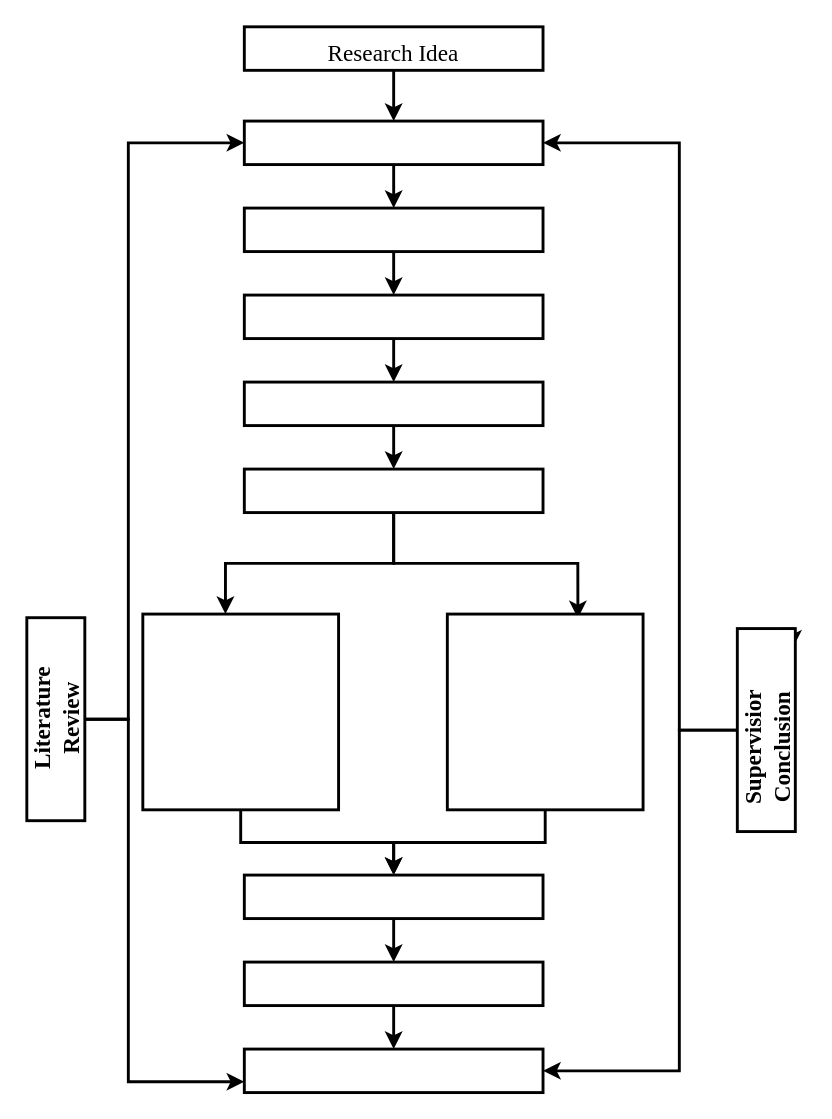
shivraaj98/eee keeps this draw.io diagram as Untitled Diagram.drawio. Above is the earlier version. Source tidied: cells renumbered, new cells numbered last; positions are measured from the earlier drawing's top-left corner, leaving out a move shared by most shapes. Both pictures are drawn from the tidied source at 145%, with x=0, y=0 at pixel (-14, 26).
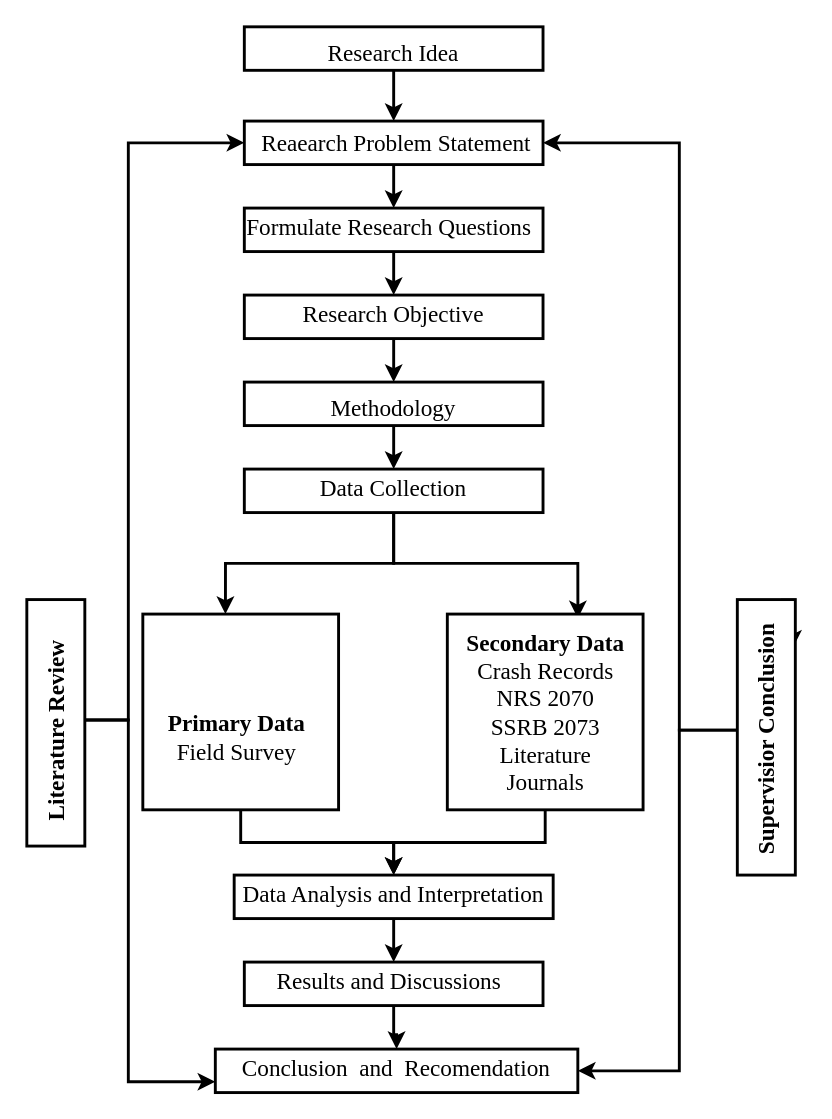
The same diagram, later.

Change to the diagram source:
```diff
@@
     <mxCell id="4" style="rounded=0;whiteSpace=wrap;html=1;strokeWidth=2;" parent="1" vertex="1">
-      <mxGeometry x="178" y="705" width="206" height="30" as="geometry" />
+      <mxGeometry x="158" y="705" width="250" height="30" as="geometry" />
     </mxCell>
@@
     <mxCell id="18" style="rounded=0;whiteSpace=wrap;html=1;strokeWidth=2;" parent="1" vertex="1">
-      <mxGeometry x="178" y="585" width="206" height="30" as="geometry" />
+      <mxGeometry x="171" y="585" width="220" height="30" as="geometry" />
     </mxCell>
@@
     <mxCell id="26" style="rounded=0;whiteSpace=wrap;html=1;strokeWidth=2;" parent="1" vertex="1">
-      <mxGeometry x="28" y="407.5" width="40" height="140" as="geometry" />
+      <mxGeometry x="28" y="395" width="40" height="170" as="geometry" />
     </mxCell>
@@
     <mxCell id="30" style="rounded=0;whiteSpace=wrap;html=1;strokeWidth=2;fontFamily=Times New Roman;" parent="1" vertex="1">
-      <mxGeometry x="518" y="415" width="40" height="140" as="geometry" />
+      <mxGeometry x="518" y="395" width="40" height="190" as="geometry" />
     </mxCell>
     <mxCell id="31" value="&lt;font style=&quot;font-size: 16px;&quot;&gt;&lt;b&gt;Literature Review&lt;/b&gt;&lt;/font&gt;" style="text;html=1;align=center;verticalAlign=middle;whiteSpace=wrap;rounded=0;fontFamily=Times New Roman;rotation=-90;" parent="1" vertex="1">
-      <mxGeometry x="0.5" y="462.5" width="95" height="30" as="geometry" />
+      <mxGeometry x="-23.9" y="470.6" width="143.8" height="30" as="geometry" />
     </mxCell>
     <mxCell id="32" value="&lt;font style=&quot;font-size: 16px;&quot;&gt;&lt;b&gt;Supervisior Conclusion&lt;/b&gt;&lt;/font&gt;" style="text;html=1;align=center;verticalAlign=middle;whiteSpace=wrap;rounded=0;fontFamily=Times New Roman;rotation=-90;" parent="1" vertex="1">
-      <mxGeometry x="490.5" y="485" width="95" height="25" as="geometry" />
+      <mxGeometry x="453.6" y="479.4" width="168.8" height="25" as="geometry" />
     </mxCell>
@@
+    <mxCell id="34" value="&lt;b&gt;Secondary Data&lt;/b&gt;&lt;div&gt;Crash Records NRS 2070&lt;/div&gt;&lt;div&gt;SSRB 2073&lt;/div&gt;&lt;div&gt;Literature Journals&lt;/div&gt;" style="text;html=1;align=center;verticalAlign=middle;whiteSpace=wrap;rounded=0;fontFamily=Times New Roman;fontSize=16;" parent="1" vertex="1">
+      <mxGeometry x="325.5" y="412.5" width="120" height="120" as="geometry" />
+    </mxCell>
+    <mxCell id="35" value="&lt;b&gt;Primary Data&lt;/b&gt;&lt;div&gt;Field Survey&lt;/div&gt;" style="text;html=1;align=center;verticalAlign=middle;whiteSpace=wrap;rounded=0;fontFamily=Times New Roman;fontSize=16;" parent="1" vertex="1">
+      <mxGeometry x="118" y="455" width="110" height="70" as="geometry" />
+    </mxCell>
+    <mxCell id="36" value="Data Collection" style="text;html=1;align=center;verticalAlign=middle;whiteSpace=wrap;rounded=0;fontFamily=Times New Roman;fontSize=16;" parent="1" vertex="1">
+      <mxGeometry x="211" y="305" width="140" height="25" as="geometry" />
+    </mxCell>
+    <mxCell id="37" value="Methodology" style="text;html=1;align=center;verticalAlign=middle;whiteSpace=wrap;rounded=0;fontFamily=Times New Roman;fontSize=16;" parent="1" vertex="1">
+      <mxGeometry x="211" y="250" width="140" height="25" as="geometry" />
+    </mxCell>
+    <mxCell id="38" value="Reaearch Problem Statement" style="text;html=1;align=center;verticalAlign=middle;whiteSpace=wrap;rounded=0;fontFamily=Times New Roman;fontSize=16;" parent="1" vertex="1">
+      <mxGeometry x="188" y="67.5" width="190" height="25" as="geometry" />
+    </mxCell>
+    <mxCell id="39" value="Research Objective" style="text;html=1;align=center;verticalAlign=middle;whiteSpace=wrap;rounded=0;fontFamily=Times New Roman;fontSize=16;" parent="1" vertex="1">
+      <mxGeometry x="211" y="185" width="140" height="25" as="geometry" />
+    </mxCell>
+    <mxCell id="40" value="Formulate Research Questions" style="text;html=1;align=center;verticalAlign=middle;whiteSpace=wrap;rounded=0;fontFamily=Times New Roman;fontSize=16;" parent="1" vertex="1">
+      <mxGeometry x="178" y="125" width="200" height="25" as="geometry" />
+    </mxCell>
+    <mxCell id="41" value="Conclusion&amp;nbsp; and&amp;nbsp; Recomendation" style="text;html=1;align=center;verticalAlign=middle;whiteSpace=wrap;rounded=0;fontFamily=Times New Roman;fontSize=16;" parent="1" vertex="1">
+      <mxGeometry x="168" y="705" width="230" height="25" as="geometry" />
+    </mxCell>
+    <mxCell id="42" value="Results and Discussions" style="text;html=1;align=center;verticalAlign=middle;whiteSpace=wrap;rounded=0;fontFamily=Times New Roman;fontSize=16;" parent="1" vertex="1">
+      <mxGeometry x="178" y="645" width="200" height="25" as="geometry" />
+    </mxCell>
+    <mxCell id="43" value="Data Analysis and Interpretation" style="text;html=1;align=center;verticalAlign=middle;whiteSpace=wrap;rounded=0;fontFamily=Times New Roman;fontSize=16;" parent="1" vertex="1">
+      <mxGeometry x="176" y="585" width="210" height="25" as="geometry" />
+    </mxCell>
```
